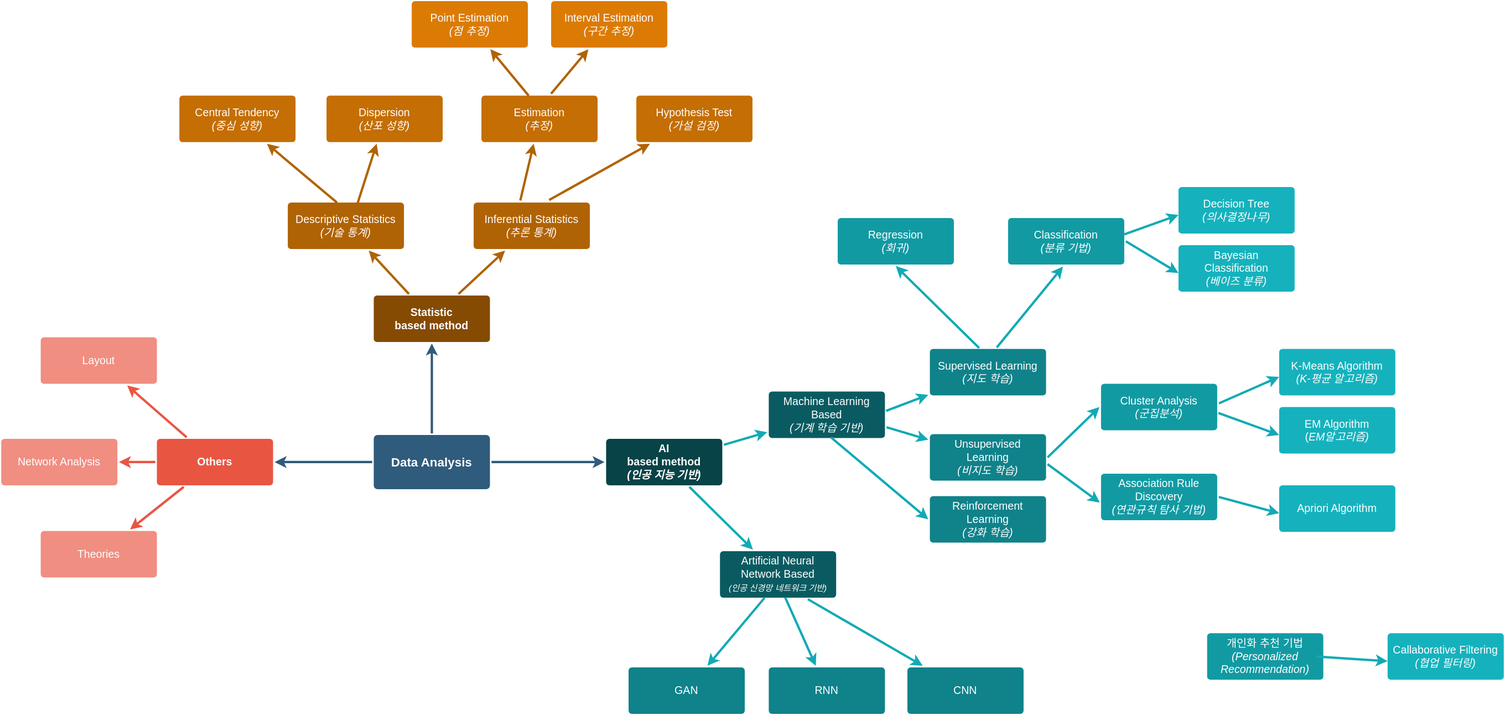
The draw.io diagram python-weeks/data-science-map.svg in hannah26hannah/TIL, before a commit. Source tidied: cells renumbered, new cells last; positions are measured from the earlier drawing's top-left corner, leaving out a move shared by most shapes.
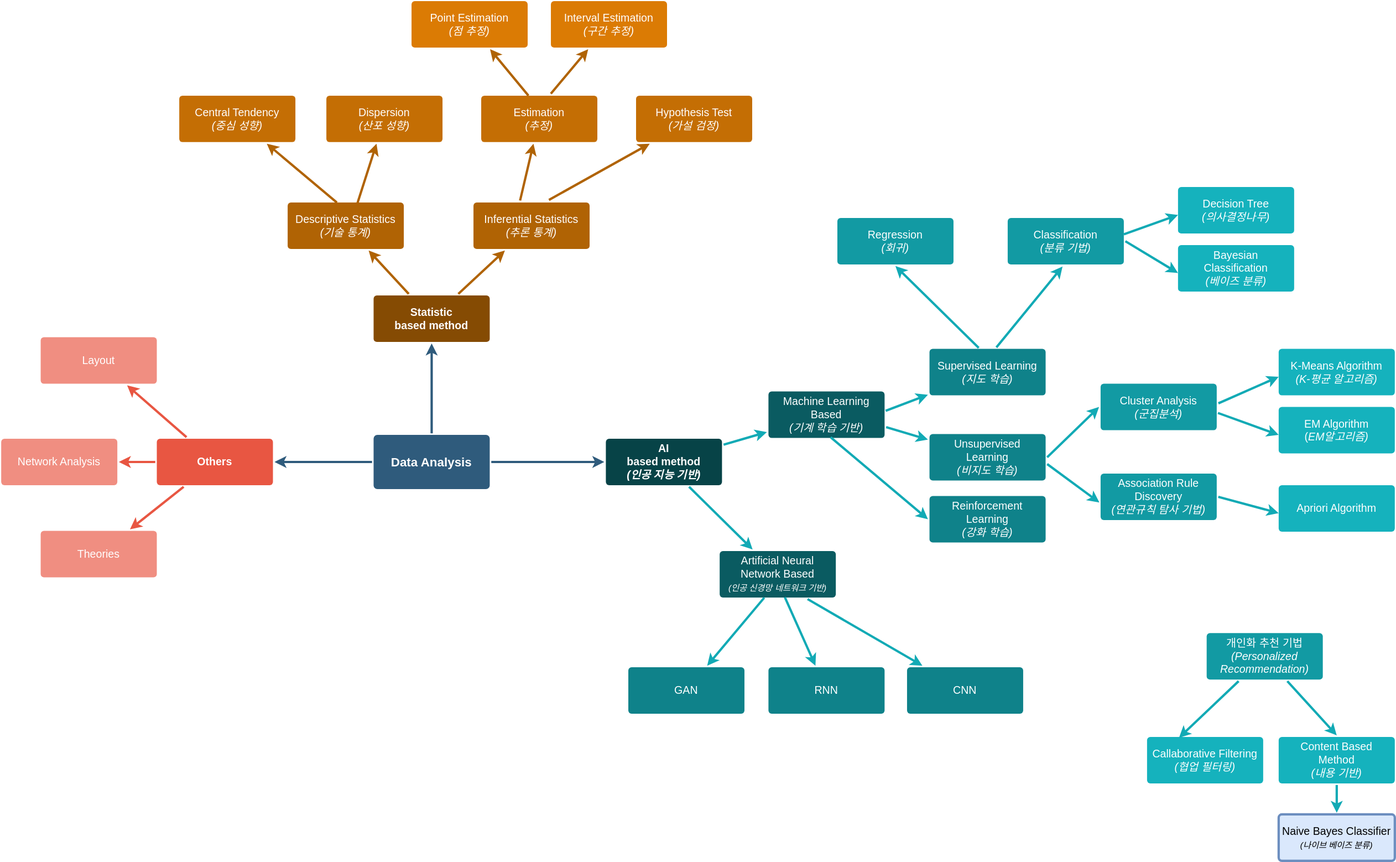
After the commit.

The edit, as a diff of the source:
```diff
@@ -149,13 +149,11 @@
     <mxCell id="50" style="edgeStyle=none;rounded=1;jumpStyle=none;html=1;shadow=0;labelBackgroundColor=none;startArrow=none;startFill=0;jettySize=auto;strokeColor=#12AAB5;strokeWidth=3;fontFamily=Helvetica;fontSize=14;fontColor=#FFFFFF;spacing=5;fontStyle=1;fillColor=#b0e3e6;entryX=0.013;entryY=0.594;entryDx=0;entryDy=0;entryPerimeter=0;exitX=1;exitY=0.5;exitDx=0;exitDy=0;" parent="1" edge="1" source="39" target="49">
       <mxGeometry relative="1" as="geometry" />
     </mxCell>
-    <mxCell id="51" value="&lt;div&gt;Callaborative Filtering&lt;/div&gt;&lt;div&gt;&lt;i&gt;(협업 필터링)&lt;/i&gt;&lt;br&gt;&lt;/div&gt;" style="rounded=1;whiteSpace=wrap;html=1;shadow=0;labelBackgroundColor=none;strokeColor=none;strokeWidth=3;fontFamily=Helvetica;fontSize=14;fontColor=#FFFFFF;align=center;spacing=5;fontStyle=0;arcSize=7;perimeterSpacing=2;fillColor=#15B2BD;" parent="1" vertex="1">
-      <mxGeometry x="1790" y="816" width="150" height="60" as="geometry" />
+    <mxCell id="51" value="&lt;div&gt;Content Based Method &lt;br&gt;&lt;/div&gt;&lt;div&gt;&lt;i&gt;(내용 기반)&lt;/i&gt;&lt;/div&gt;" style="rounded=1;whiteSpace=wrap;html=1;shadow=0;labelBackgroundColor=none;strokeColor=none;strokeWidth=3;fontFamily=Helvetica;fontSize=14;fontColor=#FFFFFF;align=center;spacing=5;fontStyle=0;arcSize=7;perimeterSpacing=2;fillColor=#15B2BD;" parent="1" vertex="1">
+      <mxGeometry x="1650" y="950" width="150" height="60" as="geometry" />
     </mxCell>
-    <mxCell id="52" style="edgeStyle=none;rounded=1;jumpStyle=none;html=1;shadow=0;labelBackgroundColor=none;startArrow=none;startFill=0;jettySize=auto;strokeColor=#12AAB5;strokeWidth=3;fontFamily=Helvetica;fontSize=14;fontColor=#FFFFFF;spacing=5;fontStyle=1;fillColor=#b0e3e6;entryX=0.013;entryY=0.594;entryDx=0;entryDy=0;entryPerimeter=0;exitX=1;exitY=0.5;exitDx=0;exitDy=0;" parent="1" edge="1" target="51">
-      <mxGeometry relative="1" as="geometry">
-        <mxPoint x="1698" y="846" as="sourcePoint" />
-      </mxGeometry>
+    <mxCell id="52" style="edgeStyle=none;rounded=1;jumpStyle=none;html=1;shadow=0;labelBackgroundColor=none;startArrow=none;startFill=0;jettySize=auto;strokeColor=#12AAB5;strokeWidth=3;fontFamily=Helvetica;fontSize=14;fontColor=#FFFFFF;spacing=5;fontStyle=1;fillColor=#b0e3e6;entryX=0.5;entryY=0;entryDx=0;entryDy=0;" parent="1" edge="1" source="40" target="51">
+      <mxGeometry relative="1" as="geometry" />
     </mxCell>
     <mxCell id="53" style="edgeStyle=none;rounded=1;jumpStyle=none;html=1;shadow=0;labelBackgroundColor=none;startArrow=none;startFill=0;jettySize=auto;strokeColor=#12AAB5;strokeWidth=3;fontFamily=Helvetica;fontSize=14;fontColor=#FFFFFF;spacing=5;fontStyle=1;fillColor=#b0e3e6;exitX=1;exitY=0.636;exitDx=0;exitDy=0;entryX=0.003;entryY=0.615;entryDx=0;entryDy=0;entryPerimeter=0;exitPerimeter=0;" parent="1" edge="1" source="23" target="39">
       <mxGeometry relative="1" as="geometry" />
@@ -202,5 +200,17 @@
     <mxCell id="67" style="edgeStyle=none;rounded=0;jumpStyle=none;html=1;shadow=0;labelBackgroundColor=none;startArrow=none;startFill=0;endArrow=classic;endFill=1;jettySize=auto;strokeWidth=3;fontFamily=Helvetica;fontSize=14;fontColor=#FFFFFF;spacing=5;strokeColor=#B06304;exitX=0.426;exitY=0.033;exitDx=0;exitDy=0;exitPerimeter=0;" parent="1" edge="1" source="16" target="66">
       <mxGeometry relative="1" as="geometry" />
     </mxCell>
+    <mxCell id="68" value="&lt;div&gt;Callaborative Filtering&lt;/div&gt;&lt;div&gt;&lt;i&gt;(협업 필터링)&lt;/i&gt;&lt;br&gt;&lt;/div&gt;" style="rounded=1;whiteSpace=wrap;html=1;shadow=0;labelBackgroundColor=none;strokeColor=none;strokeWidth=3;fontFamily=Helvetica;fontSize=14;fontColor=#FFFFFF;align=center;spacing=5;fontStyle=0;arcSize=7;perimeterSpacing=2;fillColor=#15B2BD;" parent="1" vertex="1">
+      <mxGeometry x="1480" y="950" width="150" height="60" as="geometry" />
+    </mxCell>
+    <mxCell id="69" style="edgeStyle=none;rounded=1;jumpStyle=none;html=1;shadow=0;labelBackgroundColor=none;startArrow=none;startFill=0;jettySize=auto;strokeColor=#12AAB5;strokeWidth=3;fontFamily=Helvetica;fontSize=14;fontColor=#FFFFFF;spacing=5;fontStyle=1;fillColor=#b0e3e6;entryX=0.281;entryY=0.049;entryDx=0;entryDy=0;entryPerimeter=0;" parent="1" edge="1" source="40" target="68">
+      <mxGeometry relative="1" as="geometry" />
+    </mxCell>
+    <mxCell id="70" value="&lt;div&gt;Naive Bayes Classifier&lt;/div&gt;&lt;div&gt;&lt;font size=&quot;1&quot;&gt;&lt;i style=&quot;font-size: 11px&quot;&gt;(나이브 베이즈 분류)&lt;/i&gt;&lt;/font&gt;&lt;/div&gt;" style="rounded=1;whiteSpace=wrap;html=1;shadow=0;labelBackgroundColor=none;strokeColor=#6c8ebf;strokeWidth=3;fontFamily=Helvetica;fontSize=14;align=center;spacing=5;fontStyle=0;arcSize=7;perimeterSpacing=2;fillColor=#dae8fc;" parent="1" vertex="1">
+      <mxGeometry x="1650" y="1050" width="150" height="60" as="geometry" />
+    </mxCell>
+    <mxCell id="71" style="edgeStyle=none;rounded=1;jumpStyle=none;html=1;shadow=0;labelBackgroundColor=none;startArrow=none;startFill=0;jettySize=auto;strokeColor=#12AAB5;strokeWidth=3;fontFamily=Helvetica;fontSize=14;fontColor=#FFFFFF;spacing=5;fontStyle=1;fillColor=#b0e3e6;exitX=0.5;exitY=1;exitDx=0;exitDy=0;" parent="1" edge="1" source="51" target="70">
+      <mxGeometry relative="1" as="geometry" />
+    </mxCell>
   </root>
 </mxGraphModel>
```
